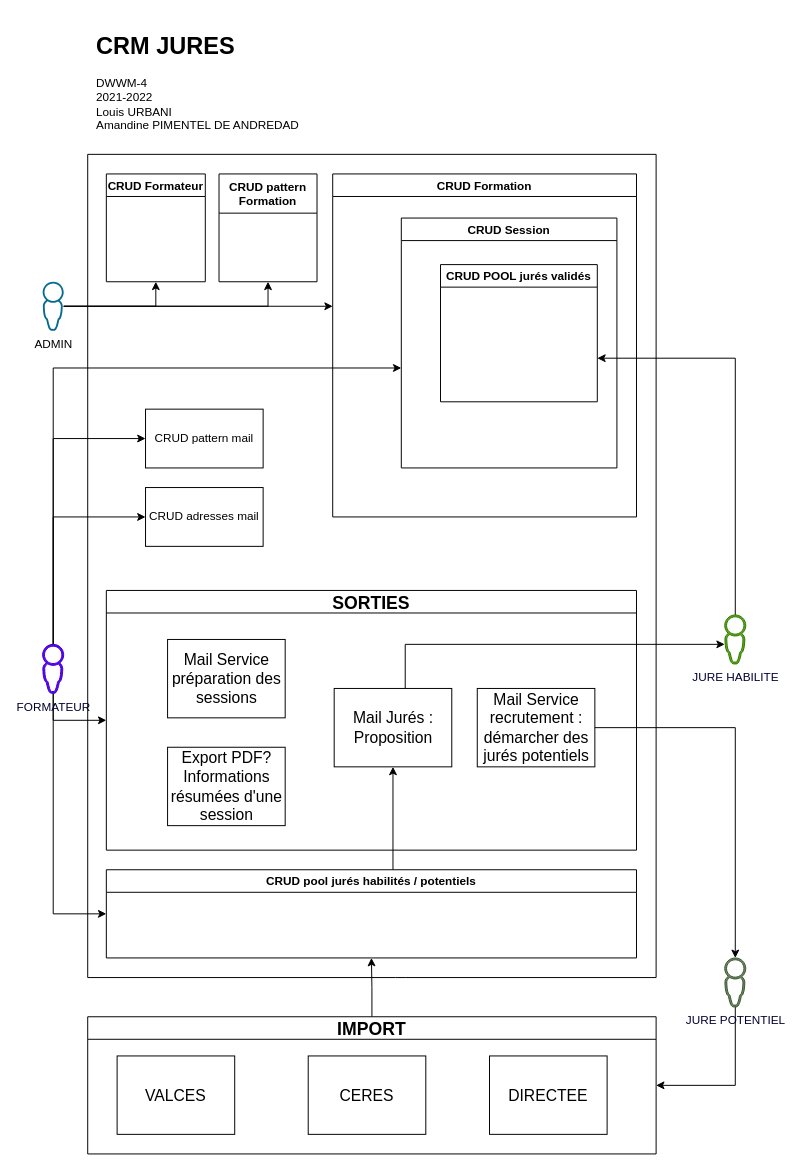
Before: Documentation/UML/2 functionnal diagram.drawio in U-Louis/CRM-Jures, a draw.io diagram. Source tidied: cells renumbered, new cells numbered last; positions are measured from the earlier drawing's top-left corner, leaving out a move shared by most shapes. Both pictures are drawn from the tidied source at 98%, with x=0, y=0 at pixel (42, 26).
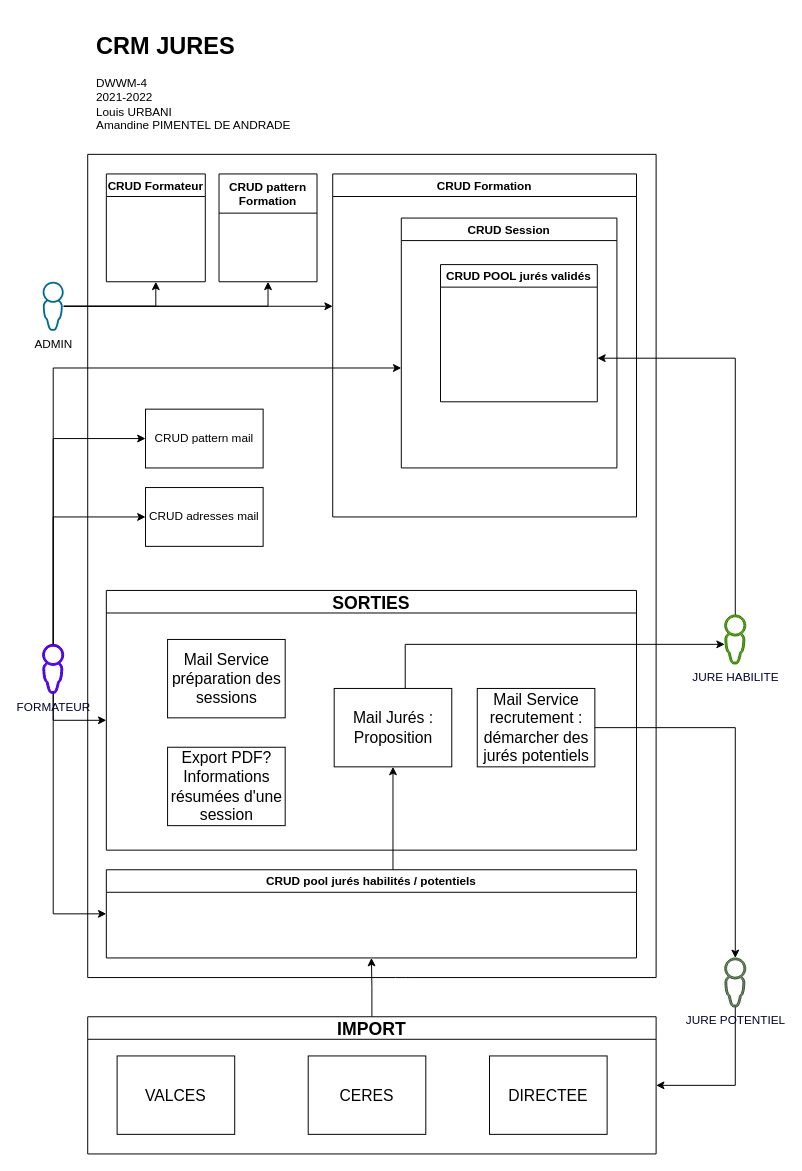
The same diagram, later.

Commit message (it also covers changes not shown here):
nom corrige

Diff of the diagram source:
```diff
@@
-    <mxCell id="24" value="&lt;h1&gt;CRM JURES&lt;/h1&gt;&lt;div&gt;DWWM-4&lt;/div&gt;&lt;div&gt;2021-2022&lt;/div&gt;&lt;div&gt;Louis URBANI&lt;/div&gt;&lt;div&gt;Amandine PIMENTEL DE ANDREDAD&lt;/div&gt;" style="text;html=1;strokeColor=none;fillColor=none;spacing=5;spacingTop=-20;whiteSpace=wrap;overflow=hidden;rounded=0;align=left;" parent="1" vertex="1">
+    <mxCell id="24" value="&lt;h1&gt;CRM JURES&lt;/h1&gt;&lt;div&gt;DWWM-4&lt;/div&gt;&lt;div&gt;2021-2022&lt;/div&gt;&lt;div&gt;Louis URBANI&lt;/div&gt;&lt;div&gt;Amandine PIMENTEL DE ANDRADE&lt;/div&gt;" style="text;html=1;strokeColor=none;fillColor=none;spacing=5;spacingTop=-20;whiteSpace=wrap;overflow=hidden;rounded=0;align=left;" parent="1" vertex="1">
       <mxGeometry x="50" width="230" height="120" as="geometry" />
     </mxCell>
```
